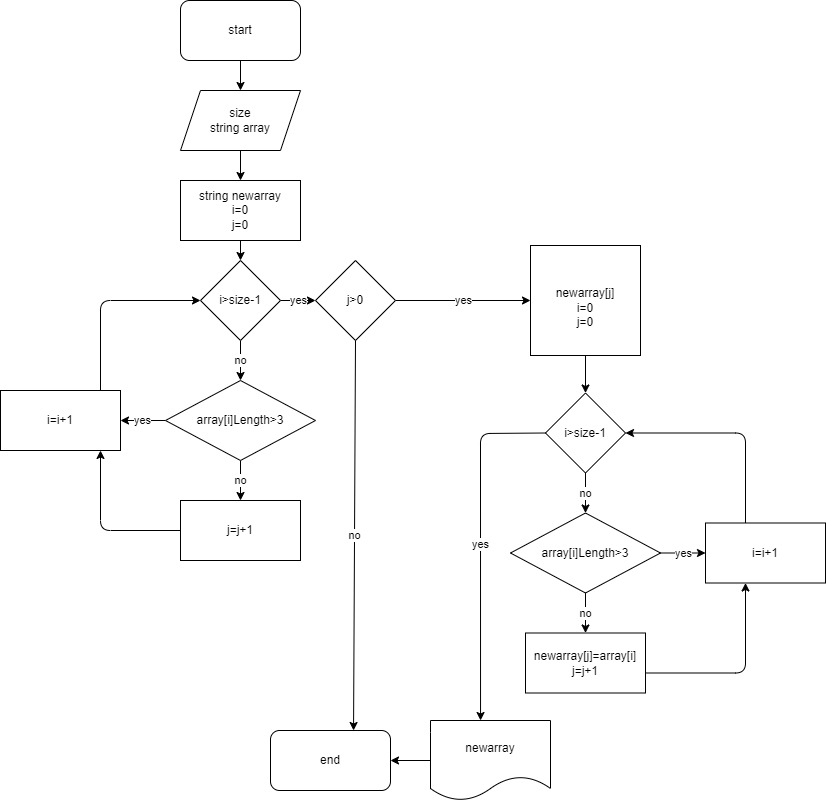
This is Task/Algorithm.drawio.png from xadea/My_first_block_results, a draw.io export, as it was before one commit. Source tidied: cells renumbered, new cells last; positions are measured from the earlier drawing's top-left corner, leaving out a move shared by most shapes. Its diagram source:
```xml
<mxGraphModel>
  <root>
    <mxCell id="0" />
    <mxCell id="1" parent="0" />
    <mxCell id="2" style="edgeStyle=none;html=1;" parent="1" edge="1" source="3" target="5">
      <mxGeometry relative="1" as="geometry" />
    </mxCell>
    <mxCell id="3" value="start" style="rounded=1;whiteSpace=wrap;html=1;" parent="1" vertex="1">
      <mxGeometry x="180" width="120" height="60" as="geometry" />
    </mxCell>
    <mxCell id="4" style="edgeStyle=none;html=1;" parent="1" edge="1" source="5" target="7">
      <mxGeometry relative="1" as="geometry" />
    </mxCell>
    <mxCell id="5" value="size&lt;br&gt;string array&lt;br&gt;" style="shape=parallelogram;perimeter=parallelogramPerimeter;whiteSpace=wrap;html=1;fixedSize=1;" parent="1" vertex="1">
      <mxGeometry x="180" y="90" width="120" height="60" as="geometry" />
    </mxCell>
    <mxCell id="6" style="edgeStyle=none;html=1;" parent="1" edge="1" source="7" target="10">
      <mxGeometry relative="1" as="geometry" />
    </mxCell>
    <mxCell id="7" value="string newarray&lt;br&gt;i=0&lt;br&gt;j=0" style="rounded=0;whiteSpace=wrap;html=1;" parent="1" vertex="1">
      <mxGeometry x="180" y="180" width="120" height="60" as="geometry" />
    </mxCell>
    <mxCell id="8" value="no" style="edgeStyle=none;html=1;" parent="1" edge="1" source="10" target="13">
      <mxGeometry relative="1" as="geometry" />
    </mxCell>
    <mxCell id="9" value="yes" style="edgeStyle=none;html=1;" parent="1" edge="1" source="10" target="34">
      <mxGeometry relative="1" as="geometry" />
    </mxCell>
    <mxCell id="10" value="i&amp;gt;size-1" style="rhombus;whiteSpace=wrap;html=1;" parent="1" vertex="1">
      <mxGeometry x="200" y="260" width="80" height="80" as="geometry" />
    </mxCell>
    <mxCell id="11" value="yes" style="edgeStyle=none;html=1;" parent="1" edge="1" source="13" target="14">
      <mxGeometry relative="1" as="geometry" />
    </mxCell>
    <mxCell id="12" value="no" style="edgeStyle=none;html=1;" parent="1" edge="1" source="13" target="15">
      <mxGeometry relative="1" as="geometry" />
    </mxCell>
    <mxCell id="13" value="array[i]Length&amp;gt;3" style="rhombus;whiteSpace=wrap;html=1;" parent="1" vertex="1">
      <mxGeometry x="165" y="380" width="150" height="80" as="geometry" />
    </mxCell>
    <mxCell id="14" value="i=i+1" style="rounded=0;whiteSpace=wrap;html=1;" parent="1" vertex="1">
      <mxGeometry y="390" width="120" height="60" as="geometry" />
    </mxCell>
    <mxCell id="15" value="j=j+1" style="rounded=0;whiteSpace=wrap;html=1;" parent="1" vertex="1">
      <mxGeometry x="180" y="500" width="120" height="60" as="geometry" />
    </mxCell>
    <mxCell id="16" style="endArrow=classic;html=1;entryX=0;entryY=0.5;entryDx=0;entryDy=0;" parent="1" edge="1" target="10">
      <mxGeometry relative="1" as="geometry">
        <mxPoint x="100" y="390" as="sourcePoint" />
        <Array as="points">
          <mxPoint x="100" y="300" />
        </Array>
      </mxGeometry>
    </mxCell>
    <mxCell id="17" style="endArrow=classic;html=1;exitX=0;exitY=0.5;exitDx=0;exitDy=0;" parent="1" edge="1" source="15">
      <mxGeometry relative="1" as="geometry">
        <mxPoint x="100" y="450" as="targetPoint" />
        <Array as="points">
          <mxPoint x="100" y="530" />
        </Array>
      </mxGeometry>
    </mxCell>
    <mxCell id="18" style="edgeStyle=none;html=1;" parent="1" edge="1" source="19" target="21">
      <mxGeometry relative="1" as="geometry" />
    </mxCell>
    <mxCell id="19" value="&lt;br&gt;newarray[j]&lt;br&gt;i=0&lt;br&gt;j=0" style="whiteSpace=wrap;html=1;" parent="1" vertex="1">
      <mxGeometry x="530" y="245" width="110" height="110" as="geometry" />
    </mxCell>
    <mxCell id="20" value="no" style="edgeStyle=none;html=1;" parent="1" edge="1" source="21" target="24">
      <mxGeometry relative="1" as="geometry" />
    </mxCell>
    <mxCell id="21" value="i&amp;gt;size-1" style="rhombus;whiteSpace=wrap;html=1;" parent="1" vertex="1">
      <mxGeometry x="545" y="392.5" width="80" height="80" as="geometry" />
    </mxCell>
    <mxCell id="22" value="no" style="edgeStyle=none;html=1;" parent="1" edge="1" source="24" target="25">
      <mxGeometry relative="1" as="geometry" />
    </mxCell>
    <mxCell id="23" value="yes" style="edgeStyle=none;html=1;" parent="1" edge="1" source="24">
      <mxGeometry relative="1" as="geometry">
        <mxPoint x="705" y="552.5" as="targetPoint" />
      </mxGeometry>
    </mxCell>
    <mxCell id="24" value="array[i]Length&amp;gt;3" style="rhombus;whiteSpace=wrap;html=1;" parent="1" vertex="1">
      <mxGeometry x="510" y="512.5" width="150" height="80" as="geometry" />
    </mxCell>
    <mxCell id="25" value="newarray[j]=array[i]&lt;br&gt;j=j+1" style="rounded=0;whiteSpace=wrap;html=1;" parent="1" vertex="1">
      <mxGeometry x="525" y="632.5" width="120" height="60" as="geometry" />
    </mxCell>
    <mxCell id="26" value="i=i+1" style="rounded=0;whiteSpace=wrap;html=1;" parent="1" vertex="1">
      <mxGeometry x="705" y="522.5" width="120" height="60" as="geometry" />
    </mxCell>
    <mxCell id="27" style="endArrow=classic;html=1;" parent="1" edge="1">
      <mxGeometry relative="1" as="geometry">
        <mxPoint x="645" y="672.5" as="sourcePoint" />
        <mxPoint x="745" y="582.5" as="targetPoint" />
        <Array as="points">
          <mxPoint x="745" y="672.5" />
        </Array>
      </mxGeometry>
    </mxCell>
    <mxCell id="28" style="endArrow=classic;html=1;entryX=1;entryY=0.5;entryDx=0;entryDy=0;" parent="1" edge="1" target="21">
      <mxGeometry relative="1" as="geometry">
        <mxPoint x="745" y="522.5" as="sourcePoint" />
        <Array as="points">
          <mxPoint x="745" y="432.5" />
        </Array>
      </mxGeometry>
    </mxCell>
    <mxCell id="29" style="edgeStyle=none;html=1;" parent="1" edge="1" source="30" target="31">
      <mxGeometry relative="1" as="geometry" />
    </mxCell>
    <mxCell id="30" value="newarray" style="shape=document;whiteSpace=wrap;html=1;boundedLbl=1;" parent="1" vertex="1">
      <mxGeometry x="430" y="720" width="120" height="80" as="geometry" />
    </mxCell>
    <mxCell id="31" value="end" style="rounded=1;whiteSpace=wrap;html=1;" parent="1" vertex="1">
      <mxGeometry x="270" y="730" width="120" height="60" as="geometry" />
    </mxCell>
    <mxCell id="32" value="yes" style="endArrow=classic;html=1;exitX=0;exitY=0.5;exitDx=0;exitDy=0;entryX=0.417;entryY=0;entryDx=0;entryDy=0;entryPerimeter=0;" parent="1" edge="1" source="21" target="30">
      <mxGeometry relative="1" as="geometry">
        <Array as="points">
          <mxPoint x="480" y="433" />
        </Array>
      </mxGeometry>
    </mxCell>
    <mxCell id="33" value="yes" style="edgeStyle=none;html=1;" parent="1" edge="1" source="34" target="19">
      <mxGeometry relative="1" as="geometry" />
    </mxCell>
    <mxCell id="34" value="j&amp;gt;0" style="rhombus;whiteSpace=wrap;html=1;" parent="1" vertex="1">
      <mxGeometry x="315" y="260" width="80" height="80" as="geometry" />
    </mxCell>
    <mxCell id="35" value="no" style="endArrow=classic;html=1;exitX=0.5;exitY=1;exitDx=0;exitDy=0;entryX=0.692;entryY=0;entryDx=0;entryDy=0;entryPerimeter=0;" parent="1" edge="1" source="34" target="31">
      <mxGeometry relative="1" as="geometry" />
    </mxCell>
  </root>
</mxGraphModel>
```
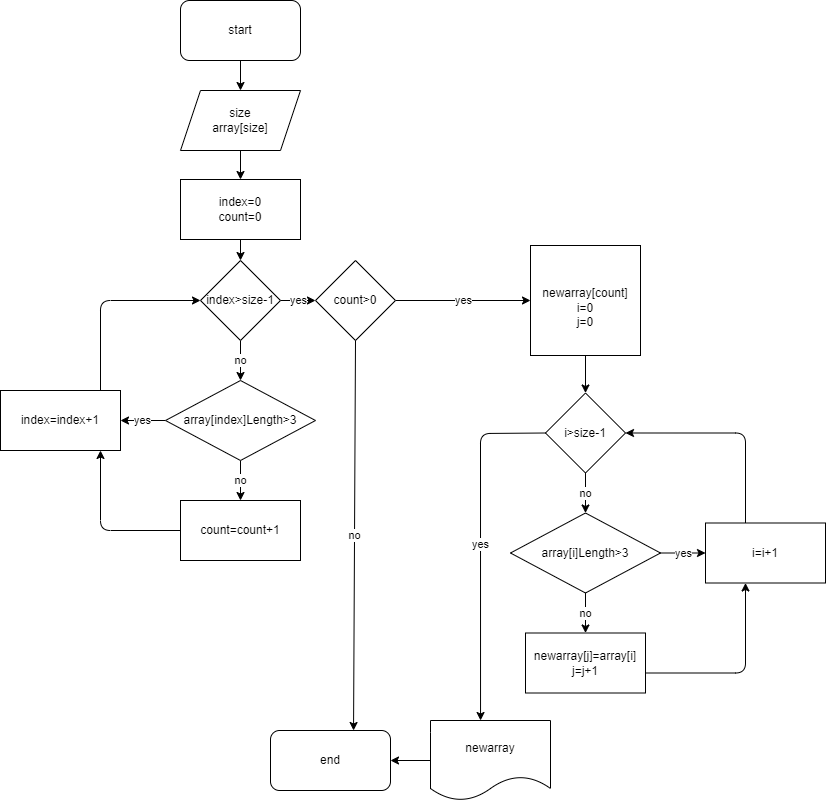
The same diagram one commit later.

The edit, as a diff of the source:
```diff
@@ -11,14 +11,14 @@
     <mxCell id="4" style="edgeStyle=none;html=1;" parent="1" edge="1" source="5" target="7">
       <mxGeometry relative="1" as="geometry" />
     </mxCell>
-    <mxCell id="5" value="size&lt;br&gt;string array&lt;br&gt;" style="shape=parallelogram;perimeter=parallelogramPerimeter;whiteSpace=wrap;html=1;fixedSize=1;" parent="1" vertex="1">
+    <mxCell id="5" value="size&lt;br&gt;array[size]" style="shape=parallelogram;perimeter=parallelogramPerimeter;whiteSpace=wrap;html=1;fixedSize=1;" parent="1" vertex="1">
       <mxGeometry x="180" y="90" width="120" height="60" as="geometry" />
     </mxCell>
     <mxCell id="6" style="edgeStyle=none;html=1;" parent="1" edge="1" source="7" target="10">
       <mxGeometry relative="1" as="geometry" />
     </mxCell>
-    <mxCell id="7" value="string newarray&lt;br&gt;i=0&lt;br&gt;j=0" style="rounded=0;whiteSpace=wrap;html=1;" parent="1" vertex="1">
-      <mxGeometry x="180" y="180" width="120" height="60" as="geometry" />
+    <mxCell id="7" value="index=0&lt;br&gt;count=0" style="rounded=0;whiteSpace=wrap;html=1;" parent="1" vertex="1">
+      <mxGeometry x="180" y="179" width="120" height="60" as="geometry" />
     </mxCell>
     <mxCell id="8" value="no" style="edgeStyle=none;html=1;" parent="1" edge="1" source="10" target="13">
       <mxGeometry relative="1" as="geometry" />
@@ -26,7 +26,7 @@
     <mxCell id="9" value="yes" style="edgeStyle=none;html=1;" parent="1" edge="1" source="10" target="34">
       <mxGeometry relative="1" as="geometry" />
     </mxCell>
-    <mxCell id="10" value="i&amp;gt;size-1" style="rhombus;whiteSpace=wrap;html=1;" parent="1" vertex="1">
+    <mxCell id="10" value="index&amp;gt;size-1" style="rhombus;whiteSpace=wrap;html=1;" parent="1" vertex="1">
       <mxGeometry x="200" y="260" width="80" height="80" as="geometry" />
     </mxCell>
     <mxCell id="11" value="yes" style="edgeStyle=none;html=1;" parent="1" edge="1" source="13" target="14">
@@ -35,13 +35,13 @@
     <mxCell id="12" value="no" style="edgeStyle=none;html=1;" parent="1" edge="1" source="13" target="15">
       <mxGeometry relative="1" as="geometry" />
     </mxCell>
-    <mxCell id="13" value="array[i]Length&amp;gt;3" style="rhombus;whiteSpace=wrap;html=1;" parent="1" vertex="1">
+    <mxCell id="13" value="array[index]Length&amp;gt;3" style="rhombus;whiteSpace=wrap;html=1;" parent="1" vertex="1">
       <mxGeometry x="165" y="380" width="150" height="80" as="geometry" />
     </mxCell>
-    <mxCell id="14" value="i=i+1" style="rounded=0;whiteSpace=wrap;html=1;" parent="1" vertex="1">
+    <mxCell id="14" value="index=index+1" style="rounded=0;whiteSpace=wrap;html=1;" parent="1" vertex="1">
       <mxGeometry y="390" width="120" height="60" as="geometry" />
     </mxCell>
-    <mxCell id="15" value="j=j+1" style="rounded=0;whiteSpace=wrap;html=1;" parent="1" vertex="1">
+    <mxCell id="15" value="count=count+1" style="rounded=0;whiteSpace=wrap;html=1;" parent="1" vertex="1">
       <mxGeometry x="180" y="500" width="120" height="60" as="geometry" />
     </mxCell>
     <mxCell id="16" style="endArrow=classic;html=1;entryX=0;entryY=0.5;entryDx=0;entryDy=0;" parent="1" edge="1" target="10">
@@ -63,7 +63,7 @@
     <mxCell id="18" style="edgeStyle=none;html=1;" parent="1" edge="1" source="19" target="21">
       <mxGeometry relative="1" as="geometry" />
     </mxCell>
-    <mxCell id="19" value="&lt;br&gt;newarray[j]&lt;br&gt;i=0&lt;br&gt;j=0" style="whiteSpace=wrap;html=1;" parent="1" vertex="1">
+    <mxCell id="19" value="&lt;br&gt;newarray[count]&lt;br&gt;i=0&lt;br&gt;j=0" style="whiteSpace=wrap;html=1;" parent="1" vertex="1">
       <mxGeometry x="530" y="245" width="110" height="110" as="geometry" />
     </mxCell>
     <mxCell id="20" value="no" style="edgeStyle=none;html=1;" parent="1" edge="1" source="21" target="24">
@@ -125,7 +125,7 @@
     <mxCell id="33" value="yes" style="edgeStyle=none;html=1;" parent="1" edge="1" source="34" target="19">
       <mxGeometry relative="1" as="geometry" />
     </mxCell>
-    <mxCell id="34" value="j&amp;gt;0" style="rhombus;whiteSpace=wrap;html=1;" parent="1" vertex="1">
+    <mxCell id="34" value="count&amp;gt;0" style="rhombus;whiteSpace=wrap;html=1;" parent="1" vertex="1">
       <mxGeometry x="315" y="260" width="80" height="80" as="geometry" />
     </mxCell>
     <mxCell id="35" value="no" style="endArrow=classic;html=1;exitX=0.5;exitY=1;exitDx=0;exitDy=0;entryX=0.692;entryY=0;entryDx=0;entryDy=0;entryPerimeter=0;" parent="1" edge="1" source="34" target="31">
```
